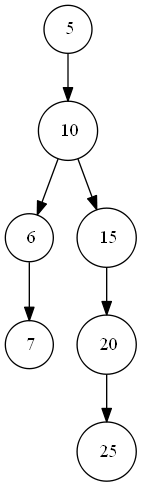
OmarLetona14/NoPainNoGain keeps this Graphviz diagram as ArbolABB.png. Above is the earlier version. Its source is kept beside it as ArbolABB.dot.
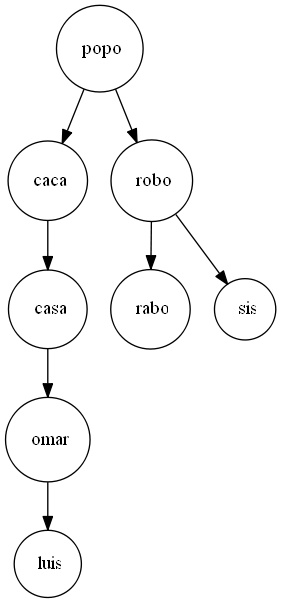
Above is the later version.

The edit, as a diff of the source:
```diff
@@ -1,24 +1,27 @@
 digraph ArbolABB {
 node[shape=circle]
-nodo5 [ label = " 5"];
-nodo10 [ label = " 10"];
-nodo6 [ label = " 6"];
-nodo7 [ label = " 7"];
-nodo15 [ label = " 15"];
-nodo20 [ label = " 20"];
-nodo25 [ label = " 25"];
-nodo5 [ label = " 5"];
-nodo10 [ label = " 10"];
-nodo6 [ label = " 6"];
-nodo7 [ label = " 7"];
-nodo15 [ label = " 15"];
-nodo20 [ label = " 20"];
-nodo25 [ label = " 25"];
-nodo5: c1->nodo10;
-nodo10: c0->nodo6;
-nodo10: c1->nodo15;
-nodo6: c1->nodo7;
-nodo15: c1->nodo20;
-nodo20: c1->nodo25;
+nodo2054804325 [ label = " popo"];
+nodo1437558669 [ label = " caca"];
+nodo2061934431 [ label = " casa"];
+nodo1173890897 [ label = " omar"];
+nodo1907238512 [ label = " luis"];
+nodo1595126983 [ label = " robo"];
+nodo297911325 [ label = " rabo"];
+nodo352828379 [ label = " sis"];
+nodo2054804325 [ label = " popo"];
+nodo1437558669 [ label = " caca"];
+nodo2061934431 [ label = " casa"];
+nodo1173890897 [ label = " omar"];
+nodo1907238512 [ label = " luis"];
+nodo1595126983 [ label = " robo"];
+nodo297911325 [ label = " rabo"];
+nodo352828379 [ label = " sis"];
+nodo2054804325: c0->nodo1437558669;
+nodo2054804325: c1->nodo1595126983;
+nodo1437558669: c1->nodo2061934431;
+nodo2061934431: c1->nodo1173890897;
+nodo1173890897: c0->nodo1907238512;
+nodo1595126983: c0->nodo297911325;
+nodo1595126983: c1->nodo352828379;
 
 }
```
